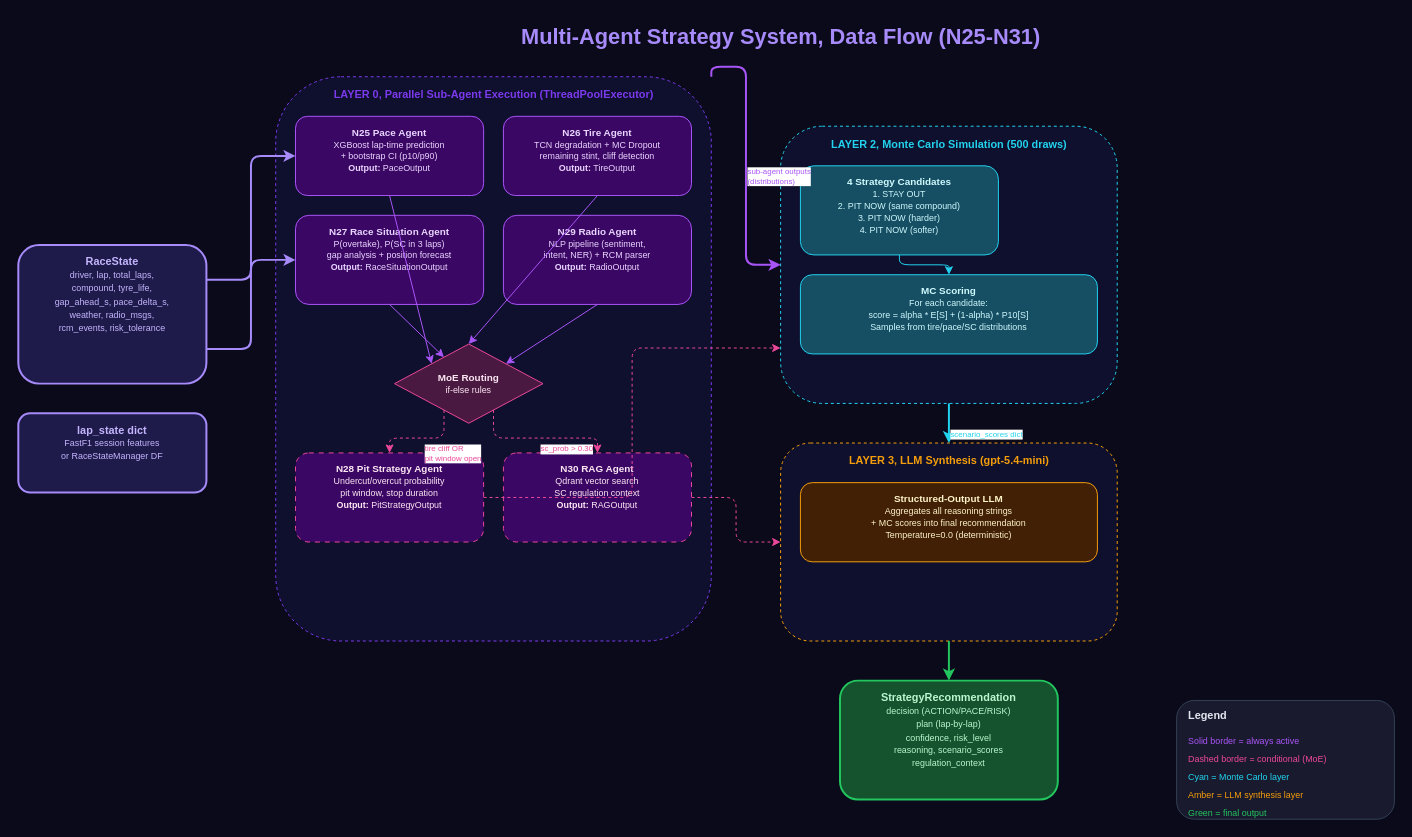
Before: documents/dev_docs/diagrams/multi_agent_flow.drawio in VforVitorio/F1_Strat_Manager, a draw.io diagram. Source tidied: cells renumbered, new cells numbered last; positions are measured from the earlier drawing's top-left corner, leaving out a move shared by most shapes. Both pictures are drawn from the tidied source at 99%, with x=0, y=0 at pixel (18, 17).
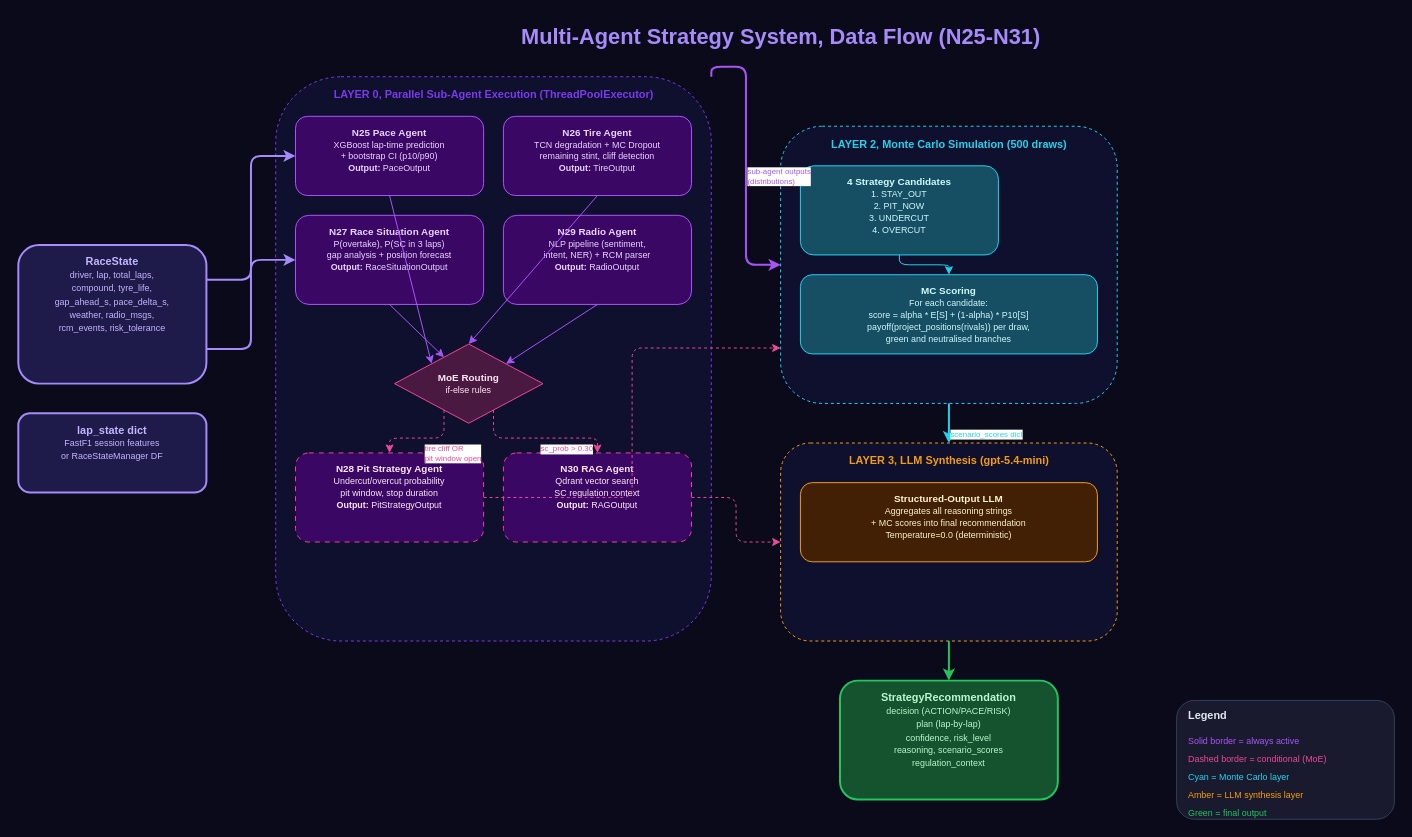
Above is the later version.

What changed in the source:
```diff
@@
-    <mxCell id="26" value="&lt;b&gt;4 Strategy Candidates&lt;/b&gt;&lt;br&gt;&lt;font style=&quot;font-size:9px&quot;&gt;1. STAY OUT&lt;br&gt;2. PIT NOW (same compound)&lt;br&gt;3. PIT NOW (harder)&lt;br&gt;4. PIT NOW (softer)&lt;/font&gt;" style="rounded=1;whiteSpace=wrap;html=1;fillColor=#164e63;strokeColor=#22d3ee;fontColor=#cffafe;fontSize=10;verticalAlign=top;spacingTop=4;" parent="1" vertex="1">
+    <mxCell id="26" value="&lt;b&gt;4 Strategy Candidates&lt;/b&gt;&lt;br&gt;&lt;font style=&quot;font-size:9px&quot;&gt;1. STAY_OUT&lt;br&gt;2. PIT_NOW&lt;br&gt;3. UNDERCUT&lt;br&gt;4. OVERCUT&lt;/font&gt;" style="rounded=1;whiteSpace=wrap;html=1;fillColor=#164e63;strokeColor=#22d3ee;fontColor=#cffafe;fontSize=10;verticalAlign=top;spacingTop=4;" parent="1" vertex="1">
       <mxGeometry x="790" y="150" width="200" height="90" as="geometry" />
     </mxCell>
-    <mxCell id="27" value="&lt;b&gt;MC Scoring&lt;/b&gt;&lt;br&gt;&lt;font style=&quot;font-size:9px&quot;&gt;For each candidate:&lt;br&gt;score = alpha * E[S] + (1-alpha) * P10[S]&lt;br&gt;Samples from tire/pace/SC distributions&lt;/font&gt;" style="rounded=1;whiteSpace=wrap;html=1;fillColor=#164e63;strokeColor=#22d3ee;fontColor=#cffafe;fontSize=10;verticalAlign=top;spacingTop=4;" parent="1" vertex="1">
+    <mxCell id="27" value="&lt;b&gt;MC Scoring&lt;/b&gt;&lt;br&gt;&lt;font style=&quot;font-size:9px&quot;&gt;For each candidate:&lt;br&gt;score = alpha * E[S] + (1-alpha) * P10[S]&lt;br&gt;payoff(project_positions(rivals)) per draw,&lt;br&gt;green and neutralised branches&lt;/font&gt;" style="rounded=1;whiteSpace=wrap;html=1;fillColor=#164e63;strokeColor=#22d3ee;fontColor=#cffafe;fontSize=10;verticalAlign=top;spacingTop=4;" parent="1" vertex="1">
       <mxGeometry x="790" y="260" width="300" height="80" as="geometry" />
     </mxCell>
```
